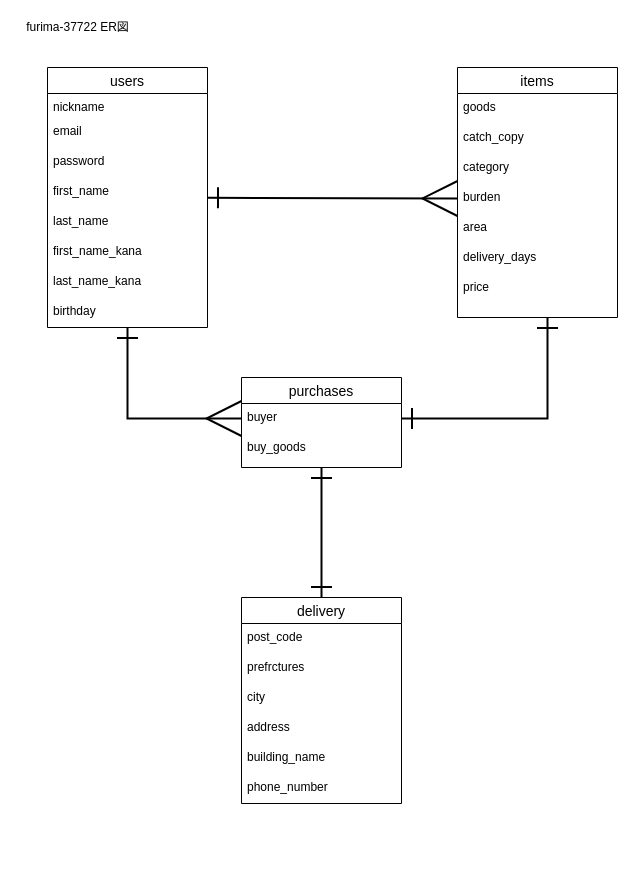
Above: furima-37722.dio in t-ryouta/furima-37722 (draw.io), before the change. Source tidied: cells renumbered, new cells numbered last; positions are measured from the earlier drawing's top-left corner, leaving out a move shared by most shapes. Both pictures are drawn from the tidied source at 100%, with x=0, y=0 at pixel (17, 17).
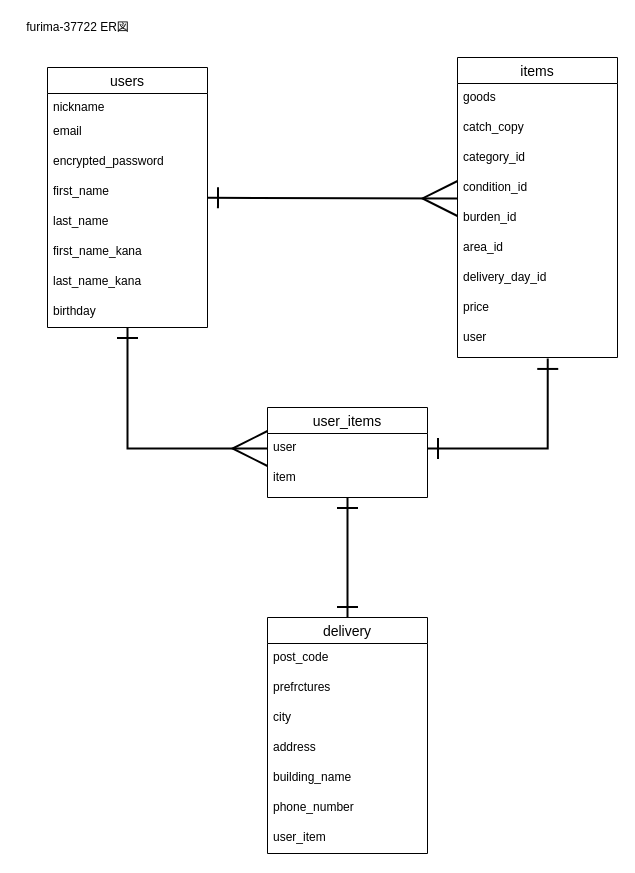
The same page after the edit.

The change refers to these unchanged cells:
```xml
<mxCell id="4" value="users" style="swimlane;fontStyle=0;horizontal=1;startSize=26;align=center;fontSize=14;" parent="1" vertex="1">
  <mxGeometry x="30" y="50" width="160" height="260" as="geometry" />
</mxCell>
```

Diff of the diagram source:
```diff
@@
-    <mxCell id="7" value="password" style="text;spacingLeft=4;spacingRight=4;overflow=hidden;fontSize=12;" parent="4" vertex="1">
+    <mxCell id="7" value="encrypted_password" style="text;spacingLeft=4;spacingRight=4;overflow=hidden;fontSize=12;" parent="4" vertex="1">
       <mxGeometry y="80" width="160" height="30" as="geometry" />
     </mxCell>
@@
-    <mxCell id="13" style="edgeStyle=orthogonalEdgeStyle;rounded=0;jumpSize=9;html=1;startArrow=ERone;startFill=0;endArrow=ERone;endFill=0;startSize=18;endSize=18;strokeWidth=2;entryX=1;entryY=0.5;entryDx=0;entryDy=0;" parent="1" edge="1" target="24">
+    <mxCell id="13" style="edgeStyle=orthogonalEdgeStyle;rounded=0;jumpSize=9;html=1;startArrow=ERone;startFill=0;endArrow=ERone;endFill=0;startSize=18;endSize=18;strokeWidth=2;entryX=1;entryY=0.5;entryDx=0;entryDy=0;exitX=0.564;exitY=1.094;exitDx=0;exitDy=0;exitPerimeter=0;" parent="1" edge="1" source="36" target="24">
       <mxGeometry relative="1" as="geometry">
-        <mxPoint x="530" y="300" as="sourcePoint" />
         <Array as="points">
-          <mxPoint x="530" y="401" />
+          <mxPoint x="530" y="431" />
         </Array>
       </mxGeometry>
     </mxCell>
     <mxCell id="14" value="items" style="swimlane;fontStyle=0;horizontal=1;startSize=26;align=center;fontSize=14;shadow=0;" parent="1" vertex="1">
-      <mxGeometry x="440" y="50" width="160" height="250" as="geometry" />
+      <mxGeometry x="440" y="40" width="160" height="300" as="geometry" />
     </mxCell>
@@
-    <mxCell id="17" value="category" style="text;strokeColor=none;fillColor=none;spacingLeft=4;spacingRight=4;overflow=hidden;fontSize=12;shadow=0;" parent="14" vertex="1">
+    <mxCell id="17" value="category_id" style="text;strokeColor=none;fillColor=none;spacingLeft=4;spacingRight=4;overflow=hidden;fontSize=12;shadow=0;" parent="14" vertex="1">
       <mxGeometry y="86" width="160" height="30" as="geometry" />
     </mxCell>
+    <mxCell id="34" value="condition_id" style="text;strokeColor=none;fillColor=none;spacingLeft=4;spacingRight=4;overflow=hidden;fontSize=12;shadow=0;" parent="14" vertex="1">
+      <mxGeometry y="116" width="160" height="30" as="geometry" />
+    </mxCell>
-    <mxCell id="18" value="burden" style="text;strokeColor=none;fillColor=none;spacingLeft=4;spacingRight=4;overflow=hidden;fontSize=12;shadow=0;" parent="14" vertex="1">
-      <mxGeometry y="116" width="160" height="30" as="geometry" />
+    <mxCell id="18" value="burden_id" style="text;strokeColor=none;fillColor=none;spacingLeft=4;spacingRight=4;overflow=hidden;fontSize=12;shadow=0;" parent="14" vertex="1">
+      <mxGeometry y="146" width="160" height="30" as="geometry" />
     </mxCell>
-    <mxCell id="19" value="area" style="text;strokeColor=none;fillColor=none;spacingLeft=4;spacingRight=4;overflow=hidden;fontSize=12;shadow=0;" parent="14" vertex="1">
-      <mxGeometry y="146" width="160" height="30" as="geometry" />
+    <mxCell id="19" value="area_id" style="text;strokeColor=none;fillColor=none;spacingLeft=4;spacingRight=4;overflow=hidden;fontSize=12;shadow=0;" parent="14" vertex="1">
+      <mxGeometry y="176" width="160" height="30" as="geometry" />
     </mxCell>
-    <mxCell id="20" value="delivery_days" style="text;strokeColor=none;fillColor=none;spacingLeft=4;spacingRight=4;overflow=hidden;fontSize=12;shadow=0;" parent="14" vertex="1">
-      <mxGeometry y="176" width="160" height="30" as="geometry" />
+    <mxCell id="20" value="delivery_day_id" style="text;strokeColor=none;fillColor=none;spacingLeft=4;spacingRight=4;overflow=hidden;fontSize=12;shadow=0;" parent="14" vertex="1">
+      <mxGeometry y="206" width="160" height="30" as="geometry" />
     </mxCell>
+    <mxCell id="35" value="price" style="text;strokeColor=none;fillColor=none;spacingLeft=4;spacingRight=4;overflow=hidden;fontSize=12;shadow=0;" parent="14" vertex="1">
+      <mxGeometry y="236" width="160" height="30" as="geometry" />
+    </mxCell>
-    <mxCell id="21" value="price" style="text;strokeColor=none;fillColor=none;spacingLeft=4;spacingRight=4;overflow=hidden;fontSize=12;shadow=0;" parent="14" vertex="1">
-      <mxGeometry y="206" width="160" height="44" as="geometry" />
+    <mxCell id="21" value="user" style="text;strokeColor=none;fillColor=none;spacingLeft=4;spacingRight=4;overflow=hidden;fontSize=12;shadow=0;" parent="14" vertex="1">
+      <mxGeometry y="266" width="160" height="24" as="geometry" />
     </mxCell>
+    <mxCell id="36" style="text;strokeColor=none;fillColor=none;spacingLeft=4;spacingRight=4;overflow=hidden;points=[[0,0.5],[1,0.5]];portConstraint=eastwest;fontSize=12;shadow=0;" parent="14" vertex="1">
+      <mxGeometry y="290" width="160" height="10" as="geometry" />
+    </mxCell>
@@
-    <mxCell id="23" value="purchases" style="swimlane;fontStyle=0;horizontal=1;startSize=26;align=center;fontSize=14;shadow=0;" parent="1" vertex="1">
-      <mxGeometry x="224" y="360" width="160" height="90" as="geometry" />
+    <mxCell id="23" value="user_items" style="swimlane;fontStyle=0;horizontal=1;startSize=26;align=center;fontSize=14;shadow=0;" parent="1" vertex="1">
+      <mxGeometry x="250" y="390" width="160" height="90" as="geometry" />
     </mxCell>
-    <mxCell id="24" value="buyer" style="text;strokeColor=none;fillColor=none;spacingLeft=4;spacingRight=4;overflow=hidden;points=[[0,0.5],[1,0.5]];portConstraint=eastwest;fontSize=12;shadow=0;" parent="23" vertex="1">
+    <mxCell id="24" value="user" style="text;strokeColor=none;fillColor=none;spacingLeft=4;spacingRight=4;overflow=hidden;points=[[0,0.5],[1,0.5]];portConstraint=eastwest;fontSize=12;shadow=0;" parent="23" vertex="1">
       <mxGeometry y="26" width="160" height="30" as="geometry" />
     </mxCell>
-    <mxCell id="25" value="buy_goods" style="text;strokeColor=none;fillColor=none;spacingLeft=4;spacingRight=4;overflow=hidden;fontSize=12;shadow=0;" parent="23" vertex="1">
+    <mxCell id="25" value="item" style="text;strokeColor=none;fillColor=none;spacingLeft=4;spacingRight=4;overflow=hidden;fontSize=12;shadow=0;" parent="23" vertex="1">
       <mxGeometry y="56" width="160" height="34" as="geometry" />
     </mxCell>
     <mxCell id="26" value="delivery" style="swimlane;fontStyle=0;horizontal=1;startSize=26;align=center;fontSize=14;shadow=0;" parent="1" vertex="1">
-      <mxGeometry x="224" y="580" width="160" height="206" as="geometry" />
+      <mxGeometry x="250" y="600" width="160" height="236" as="geometry" />
     </mxCell>
@@
+    <mxCell id="37" value="user_item" style="text;strokeColor=none;fillColor=none;spacingLeft=4;spacingRight=4;overflow=hidden;fontSize=12;shadow=0;" parent="26" vertex="1">
+      <mxGeometry y="206" width="160" height="30" as="geometry" />
+    </mxCell>
```
